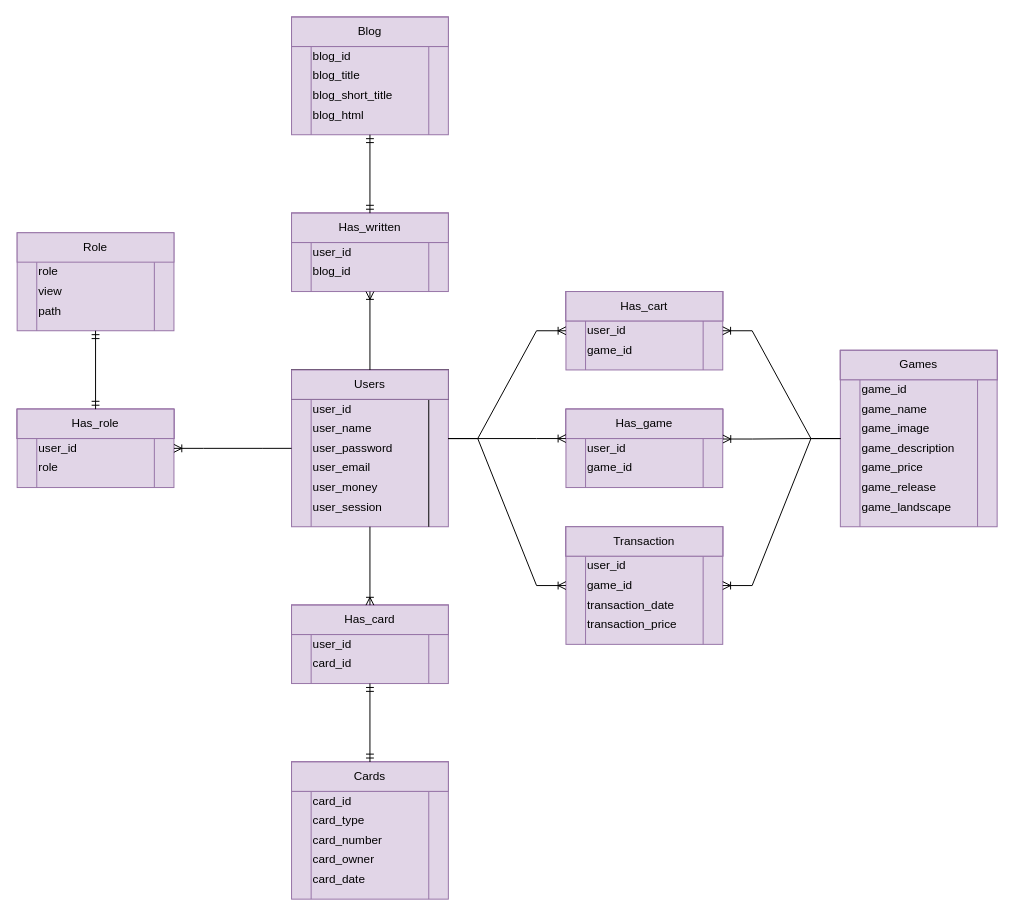
Above: 2021-11-18/Schema_logico.drawio in is-shodan-20-21/docs (draw.io), before the change. Source tidied: cells renumbered, new cells numbered last; positions are measured from the earlier drawing's top-left corner, leaving out a move shared by most shapes. Both pictures are drawn from the tidied source at 98%, with x=0, y=0 at pixel (17, 17).
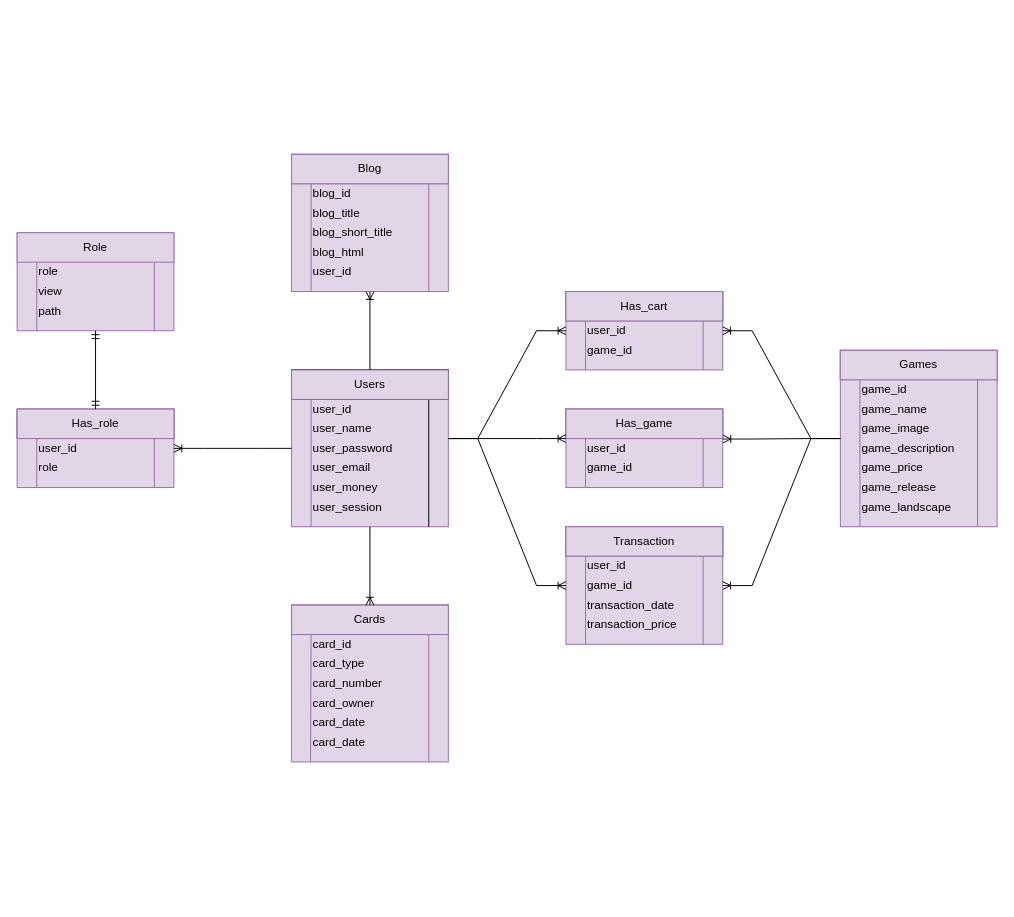
The same diagram, later.

Commit message (it also covers changes not shown here):
Persistent Data Scheme modified

The change refers to these unchanged cells:
```xml
<mxCell id="22" style="rounded=0;whiteSpace=wrap;html=1;fillColor=#e1d5e7;strokeColor=#9673a6;" parent="1" vertex="1">
  <mxGeometry x="280" y="360" width="160" height="160" as="geometry" />
</mxCell>
<mxCell id="30" value="Users" style="text;html=1;strokeColor=#9673a6;fillColor=#e1d5e7;align=center;verticalAlign=middle;whiteSpace=wrap;rounded=0;" parent="1" vertex="1">
  <mxGeometry x="280" y="360" width="160" height="30" as="geometry" />
</mxCell>
```

The edit, as a diff of the source:
```diff
@@
     <mxCell id="2" style="rounded=0;whiteSpace=wrap;html=1;fillColor=#e1d5e7;strokeColor=#9673a6;" parent="1" vertex="1">
-      <mxGeometry x="280" y="760" width="160" height="30" as="geometry" />
+      <mxGeometry x="280" y="600" width="160" height="30" as="geometry" />
     </mxCell>
     <mxCell id="3" style="rounded=0;whiteSpace=wrap;html=1;fillColor=#e1d5e7;strokeColor=#9673a6;" parent="1" vertex="1">
-      <mxGeometry x="280" y="760" width="160" height="140" as="geometry" />
+      <mxGeometry x="280" y="600" width="160" height="160" as="geometry" />
     </mxCell>
-    <mxCell id="4" style="endArrow=none;html=1;rounded=0;fillColor=#e1d5e7;strokeColor=#9673a6;" parent="1" edge="1">
+    <mxCell id="4" style="endArrow=none;html=1;rounded=0;fillColor=#e1d5e7;strokeColor=#9673a6;exitX=0.121;exitY=1.002;exitDx=0;exitDy=0;exitPerimeter=0;" parent="1" edge="1" source="3">
       <mxGeometry relative="1" as="geometry">
-        <mxPoint x="300" y="900" as="sourcePoint" />
-        <mxPoint x="300" y="790" as="targetPoint" />
+        <mxPoint x="300" y="630" as="targetPoint" />
       </mxGeometry>
     </mxCell>
     <mxCell id="5" style="endArrow=none;html=1;rounded=0;fillColor=#e1d5e7;strokeColor=#9673a6;" parent="1" edge="1">
       <mxGeometry relative="1" as="geometry">
-        <mxPoint x="420" y="900" as="sourcePoint" />
-        <mxPoint x="420" y="790" as="targetPoint" />
+        <mxPoint x="420" y="760" as="sourcePoint" />
+        <mxPoint x="420" y="630" as="targetPoint" />
       </mxGeometry>
     </mxCell>
@@
     <mxCell id="17" style="rounded=0;whiteSpace=wrap;html=1;fillColor=#e1d5e7;strokeColor=#9673a6;" parent="1" vertex="1">
-      <mxGeometry x="280" width="160" height="30" as="geometry" />
+      <mxGeometry x="280" y="140" width="160" height="30" as="geometry" />
     </mxCell>
     <mxCell id="18" style="rounded=0;whiteSpace=wrap;html=1;fillColor=#e1d5e7;strokeColor=#9673a6;" parent="1" vertex="1">
-      <mxGeometry x="280" width="160" height="120" as="geometry" />
+      <mxGeometry x="280" y="140" width="160" height="140" as="geometry" />
     </mxCell>
     <mxCell id="19" style="endArrow=none;html=1;rounded=0;fillColor=#e1d5e7;strokeColor=#9673a6;" parent="1" edge="1">
       <mxGeometry relative="1" as="geometry">
-        <mxPoint x="420" y="120" as="sourcePoint" />
-        <mxPoint x="420" y="30" as="targetPoint" />
+        <mxPoint x="420" y="280" as="sourcePoint" />
+        <mxPoint x="420" y="170" as="targetPoint" />
       </mxGeometry>
     </mxCell>
-    <mxCell id="20" style="endArrow=none;html=1;rounded=0;fillColor=#e1d5e7;strokeColor=#9673a6;" parent="1" edge="1">
+    <mxCell id="20" style="endArrow=none;html=1;rounded=0;fillColor=#e1d5e7;strokeColor=#9673a6;exitX=0.125;exitY=1;exitDx=0;exitDy=0;exitPerimeter=0;" parent="1" edge="1" source="18">
       <mxGeometry relative="1" as="geometry">
-        <mxPoint x="300" y="120" as="sourcePoint" />
-        <mxPoint x="300" y="30" as="targetPoint" />
+        <mxPoint x="300" y="170" as="targetPoint" />
       </mxGeometry>
     </mxCell>
@@
     <mxCell id="26" style="rounded=0;whiteSpace=wrap;html=1;fillColor=#e1d5e7;strokeColor=#9673a6;" parent="1" vertex="1">
-      <mxGeometry x="280" y="760" width="160" height="30" as="geometry" />
+      <mxGeometry x="280" y="600" width="160" height="30" as="geometry" />
     </mxCell>
@@
     <mxCell id="29" style="rounded=0;whiteSpace=wrap;html=1;fillColor=#e1d5e7;strokeColor=#9673a6;" parent="1" vertex="1">
-      <mxGeometry x="280" width="160" height="30" as="geometry" />
+      <mxGeometry x="280" y="140" width="160" height="30" as="geometry" />
     </mxCell>
@@
     <mxCell id="32" value="Cards" style="text;html=1;strokeColor=#9673a6;fillColor=#e1d5e7;align=center;verticalAlign=middle;whiteSpace=wrap;rounded=0;" parent="1" vertex="1">
-      <mxGeometry x="280" y="760" width="160" height="30" as="geometry" />
+      <mxGeometry x="280" y="600" width="160" height="30" as="geometry" />
     </mxCell>
@@
     <mxCell id="35" value="Blog" style="text;html=1;strokeColor=#9673a6;fillColor=#e1d5e7;align=center;verticalAlign=middle;whiteSpace=wrap;rounded=0;" parent="1" vertex="1">
-      <mxGeometry x="280" width="160" height="30" as="geometry" />
+      <mxGeometry x="280" y="140" width="160" height="30" as="geometry" />
     </mxCell>
@@
     <mxCell id="51" value="card_id" style="text;html=1;strokeColor=none;fillColor=none;align=left;verticalAlign=middle;whiteSpace=wrap;rounded=0;" parent="1" vertex="1">
-      <mxGeometry x="300" y="790" width="120" height="20" as="geometry" />
+      <mxGeometry x="300" y="630" width="120" height="20" as="geometry" />
     </mxCell>
     <mxCell id="52" value="card_type" style="text;html=1;strokeColor=none;fillColor=none;align=left;verticalAlign=middle;whiteSpace=wrap;rounded=0;" parent="1" vertex="1">
-      <mxGeometry x="300" y="810" width="120" height="20" as="geometry" />
+      <mxGeometry x="300" y="650" width="120" height="20" as="geometry" />
     </mxCell>
     <mxCell id="53" value="card_number" style="text;html=1;strokeColor=none;fillColor=none;align=left;verticalAlign=middle;whiteSpace=wrap;rounded=0;" parent="1" vertex="1">
-      <mxGeometry x="300" y="830" width="120" height="20" as="geometry" />
+      <mxGeometry x="300" y="670" width="120" height="20" as="geometry" />
     </mxCell>
     <mxCell id="54" value="card_owner" style="text;html=1;strokeColor=none;fillColor=none;align=left;verticalAlign=middle;whiteSpace=wrap;rounded=0;" parent="1" vertex="1">
-      <mxGeometry x="300" y="850" width="120" height="20" as="geometry" />
+      <mxGeometry x="300" y="690" width="120" height="20" as="geometry" />
     </mxCell>
     <mxCell id="55" value="card_date" style="text;html=1;strokeColor=none;fillColor=none;align=left;verticalAlign=middle;whiteSpace=wrap;rounded=0;" parent="1" vertex="1">
-      <mxGeometry x="300" y="870" width="120" height="20" as="geometry" />
+      <mxGeometry x="300" y="710" width="120" height="20" as="geometry" />
     </mxCell>
@@
-    <mxCell id="66" style="rounded=0;whiteSpace=wrap;html=1;fillColor=#e1d5e7;strokeColor=#9673a6;" parent="1" vertex="1">
-      <mxGeometry x="280" y="600" width="160" height="30" as="geometry" />
-    </mxCell>
-    <mxCell id="67" style="rounded=0;whiteSpace=wrap;html=1;fillColor=#e1d5e7;strokeColor=#9673a6;" parent="1" vertex="1">
-      <mxGeometry x="280" y="600" width="160" height="80" as="geometry" />
-    </mxCell>
-    <mxCell id="68" style="endArrow=none;html=1;rounded=0;fillColor=#e1d5e7;strokeColor=#9673a6;" parent="1" edge="1">
-      <mxGeometry relative="1" as="geometry">
-        <mxPoint x="420" y="680" as="sourcePoint" />
-        <mxPoint x="420" y="630" as="targetPoint" />
-      </mxGeometry>
-    </mxCell>
-    <mxCell id="69" style="endArrow=none;html=1;rounded=0;fillColor=#e1d5e7;strokeColor=#9673a6;" parent="1" edge="1">
-      <mxGeometry relative="1" as="geometry">
-        <mxPoint x="300" y="680" as="sourcePoint" />
-        <mxPoint x="300" y="630" as="targetPoint" />
-      </mxGeometry>
-    </mxCell>
-    <mxCell id="70" style="rounded=0;whiteSpace=wrap;html=1;fillColor=#e1d5e7;strokeColor=#9673a6;" parent="1" vertex="1">
-      <mxGeometry x="280" y="600" width="160" height="30" as="geometry" />
-    </mxCell>
-    <mxCell id="71" value="Has_card" style="text;html=1;strokeColor=#9673a6;fillColor=#e1d5e7;align=center;verticalAlign=middle;whiteSpace=wrap;rounded=0;" parent="1" vertex="1">
-      <mxGeometry x="280" y="600" width="160" height="30" as="geometry" />
-    </mxCell>
-    <mxCell id="72" value="user_id" style="text;html=1;strokeColor=none;fillColor=none;align=left;verticalAlign=middle;whiteSpace=wrap;rounded=0;" parent="1" vertex="1">
-      <mxGeometry x="300" y="630" width="120" height="20" as="geometry" />
-    </mxCell>
-    <mxCell id="73" value="card_id" style="text;html=1;strokeColor=none;fillColor=none;align=left;verticalAlign=middle;whiteSpace=wrap;rounded=0;" parent="1" vertex="1">
-      <mxGeometry x="300" y="650" width="120" height="20" as="geometry" />
-    </mxCell>
@@
     <mxCell id="93" value="blog_id" style="text;html=1;strokeColor=none;fillColor=none;align=left;verticalAlign=middle;whiteSpace=wrap;rounded=0;" parent="1" vertex="1">
-      <mxGeometry x="300" y="30" width="120" height="20" as="geometry" />
+      <mxGeometry x="300" y="170" width="120" height="20" as="geometry" />
     </mxCell>
     <mxCell id="94" value="blog_title" style="text;html=1;strokeColor=none;fillColor=none;align=left;verticalAlign=middle;whiteSpace=wrap;rounded=0;" parent="1" vertex="1">
-      <mxGeometry x="300" y="50" width="120" height="20" as="geometry" />
+      <mxGeometry x="300" y="190" width="120" height="20" as="geometry" />
     </mxCell>
     <mxCell id="95" value="blog_short_title" style="text;html=1;strokeColor=none;fillColor=none;align=left;verticalAlign=middle;whiteSpace=wrap;rounded=0;" parent="1" vertex="1">
-      <mxGeometry x="300" y="70" width="120" height="20" as="geometry" />
+      <mxGeometry x="300" y="210" width="120" height="20" as="geometry" />
     </mxCell>
     <mxCell id="96" value="blog_html" style="text;html=1;strokeColor=none;fillColor=none;align=left;verticalAlign=middle;whiteSpace=wrap;rounded=0;" parent="1" vertex="1">
-      <mxGeometry x="300" y="90" width="120" height="20" as="geometry" />
+      <mxGeometry x="300" y="230" width="120" height="20" as="geometry" />
     </mxCell>
-    <mxCell id="97" style="rounded=0;whiteSpace=wrap;html=1;fillColor=#e1d5e7;strokeColor=#9673a6;" parent="1" vertex="1">
-      <mxGeometry x="280" y="200" width="160" height="30" as="geometry" />
-    </mxCell>
-    <mxCell id="98" style="rounded=0;whiteSpace=wrap;html=1;fillColor=#e1d5e7;strokeColor=#9673a6;" parent="1" vertex="1">
-      <mxGeometry x="280" y="200" width="160" height="80" as="geometry" />
-    </mxCell>
-    <mxCell id="99" style="endArrow=none;html=1;rounded=0;fillColor=#e1d5e7;strokeColor=#9673a6;" parent="1" edge="1">
-      <mxGeometry relative="1" as="geometry">
-        <mxPoint x="420" y="280" as="sourcePoint" />
-        <mxPoint x="420" y="230" as="targetPoint" />
-      </mxGeometry>
-    </mxCell>
-    <mxCell id="100" style="endArrow=none;html=1;rounded=0;fillColor=#e1d5e7;strokeColor=#9673a6;" parent="1" edge="1">
-      <mxGeometry relative="1" as="geometry">
-        <mxPoint x="300" y="280" as="sourcePoint" />
-        <mxPoint x="300" y="230" as="targetPoint" />
-      </mxGeometry>
-    </mxCell>
-    <mxCell id="101" style="rounded=0;whiteSpace=wrap;html=1;fillColor=#e1d5e7;strokeColor=#9673a6;" parent="1" vertex="1">
-      <mxGeometry x="280" y="200" width="160" height="30" as="geometry" />
-    </mxCell>
-    <mxCell id="102" value="Has_written" style="text;html=1;strokeColor=#9673a6;fillColor=#e1d5e7;align=center;verticalAlign=middle;whiteSpace=wrap;rounded=0;" parent="1" vertex="1">
-      <mxGeometry x="280" y="200" width="160" height="30" as="geometry" />
-    </mxCell>
-    <mxCell id="103" value="user_id" style="text;html=1;strokeColor=none;fillColor=none;align=left;verticalAlign=middle;whiteSpace=wrap;rounded=0;" parent="1" vertex="1">
-      <mxGeometry x="300" y="230" width="120" height="20" as="geometry" />
-    </mxCell>
-    <mxCell id="104" value="blog_id" style="text;html=1;strokeColor=none;fillColor=none;align=left;verticalAlign=middle;whiteSpace=wrap;rounded=0;" parent="1" vertex="1">
-      <mxGeometry x="300" y="250" width="120" height="20" as="geometry" />
-    </mxCell>
@@
-    <mxCell id="111" style="fontSize=12;html=1;endArrow=ERoneToMany;rounded=0;exitX=0.5;exitY=1;exitDx=0;exitDy=0;" parent="1" edge="1" source="22" target="71">
-      <mxGeometry relative="1" as="geometry" />
+    <mxCell id="111" style="fontSize=12;html=1;endArrow=ERoneToMany;rounded=0;exitX=0.5;exitY=1;exitDx=0;exitDy=0;" parent="1" edge="1" source="22">
+      <mxGeometry relative="1" as="geometry">
+        <mxPoint x="360" y="600" as="targetPoint" />
+      </mxGeometry>
     </mxCell>
-    <mxCell id="112" style="fontSize=12;html=1;endArrow=ERmandOne;startArrow=ERmandOne;rounded=0;exitX=0.5;exitY=1;exitDx=0;exitDy=0;entryX=0.5;entryY=0;entryDx=0;entryDy=0;" parent="1" edge="1" source="67" target="32">
-      <mxGeometry relative="1" as="geometry" />
-    </mxCell>
@@
-    <mxCell id="115" style="fontSize=12;html=1;endArrow=ERoneToMany;rounded=0;exitX=0.5;exitY=0;exitDx=0;exitDy=0;entryX=0.5;entryY=1;entryDx=0;entryDy=0;" parent="1" edge="1" source="30" target="98">
-      <mxGeometry relative="1" as="geometry" />
+    <mxCell id="115" style="fontSize=12;html=1;endArrow=ERoneToMany;rounded=0;exitX=0.5;exitY=0;exitDx=0;exitDy=0;entryX=0.5;entryY=1;entryDx=0;entryDy=0;" parent="1" edge="1" source="30">
+      <mxGeometry relative="1" as="geometry">
+        <mxPoint x="360" y="280" as="targetPoint" />
+      </mxGeometry>
     </mxCell>
-    <mxCell id="116" style="fontSize=12;html=1;endArrow=ERmandOne;startArrow=ERmandOne;rounded=0;entryX=0.5;entryY=1;entryDx=0;entryDy=0;exitX=0.5;exitY=0;exitDx=0;exitDy=0;" parent="1" edge="1" source="102" target="18">
-      <mxGeometry relative="1" as="geometry" />
-    </mxCell>
+    <mxCell id="117" value="user_id" style="text;html=1;strokeColor=none;fillColor=none;align=left;verticalAlign=middle;whiteSpace=wrap;rounded=0;" parent="1" vertex="1">
+      <mxGeometry x="300" y="250" width="120" height="20" as="geometry" />
+    </mxCell>
+    <mxCell id="118" value="card_date" style="text;html=1;strokeColor=none;fillColor=none;align=left;verticalAlign=middle;whiteSpace=wrap;rounded=0;" parent="1" vertex="1">
+      <mxGeometry x="300" y="730" width="120" height="20" as="geometry" />
+    </mxCell>
```
